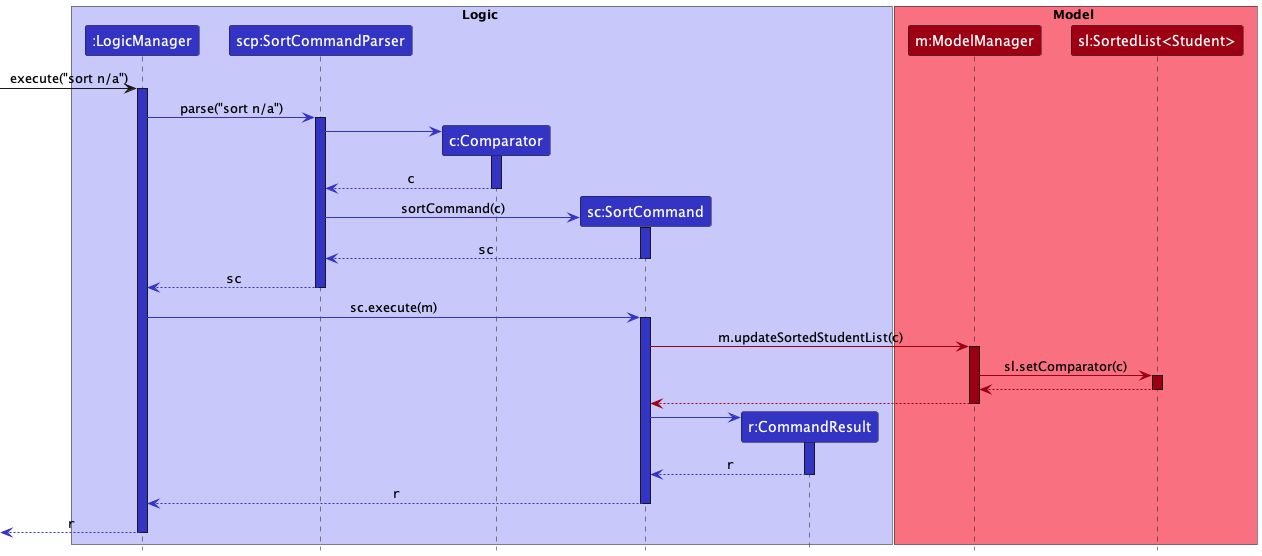
Above: docs/images/SortCommandSequenceDiagram.png in nus-cs2103-AY2223S1/tp (PlantUML), before the change.
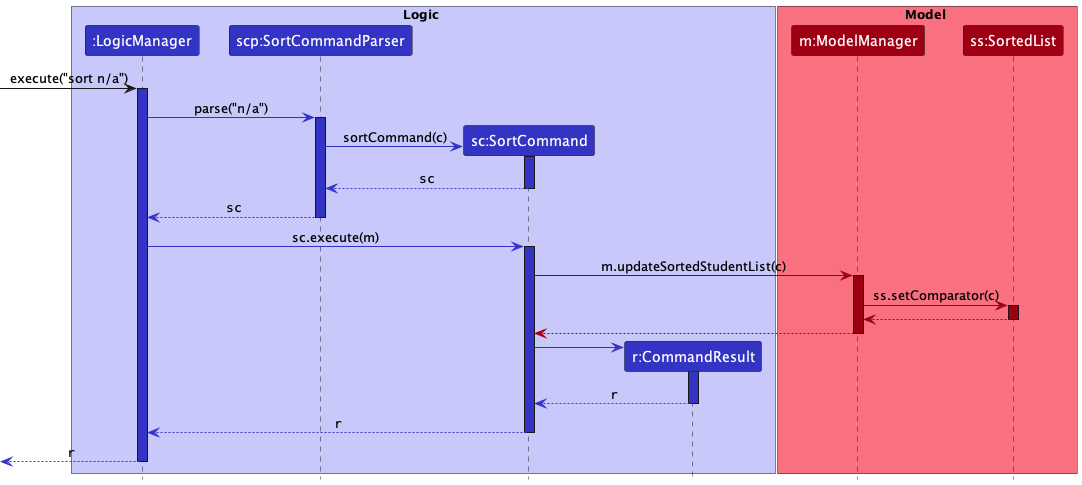
The same file after the commit.

Change to the diagram source:
```diff
@@ -4,28 +4,20 @@
 box Logic LOGIC_COLOR_T1
 Participant ":LogicManager" as logicManager LOGIC_COLOR
 Participant "scp:SortCommandParser" as sortCommandParser LOGIC_COLOR
-Participant "c:Comparator" as comparator LOGIC_COLOR
 Participant "sc:SortCommand" as sortCommand LOGIC_COLOR
 Participant "r:CommandResult" as commandResult LOGIC_COLOR
 end box
 
 box Model MODEL_COLOR_T1
 Participant "m:ModelManager" as modelManager MODEL_COLOR
-Participant "sl:SortedList<Student>" as sortedList MODEL_COLOR
+Participant "ss:SortedList" as sortedList MODEL_COLOR
 end box
 
 [-> logicManager : execute("sort n/a")
 activate logicManager LOGIC_COLOR
 
-logicManager -[LOGIC_COLOR]> sortCommandParser : parse("sort n/a")
+logicManager -[LOGIC_COLOR]> sortCommandParser : parse("n/a")
 activate sortCommandParser LOGIC_COLOR
-
-create comparator
-sortCommandParser -[LOGIC_COLOR]> comparator
-activate comparator LOGIC_COLOR
-
-comparator --[LOGIC_COLOR]> sortCommandParser : ""c""
-deactivate comparator
 
 create sortCommand
 sortCommandParser -[LOGIC_COLOR]> sortCommand : sortCommand(c)
@@ -43,7 +35,7 @@
 sortCommand -[MODEL_COLOR]> modelManager : m.updateSortedStudentList(c)
 activate modelManager MODEL_COLOR
 
-modelManager -[MODEL_COLOR]> sortedList : sl.setComparator(c)
+modelManager -[MODEL_COLOR]> sortedList : ss.setComparator(c)
 activate sortedList MODEL_COLOR
 
 sortedList --[MODEL_COLOR]> modelManager
```
